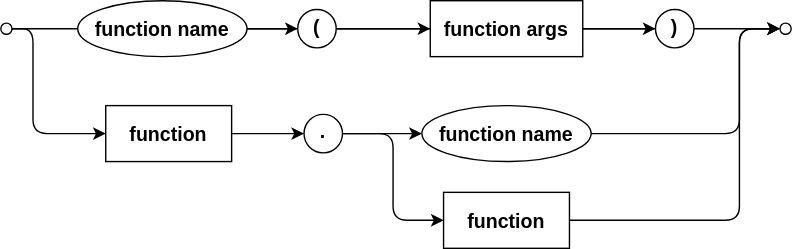
capire/docs keeps this draw.io diagram as assets/cxl/function-def.drawio.svg. Above is the earlier version. Source tidied: cells renumbered, new cells last; positions are measured from the earlier drawing's top-left corner, leaving out a move shared by most shapes.
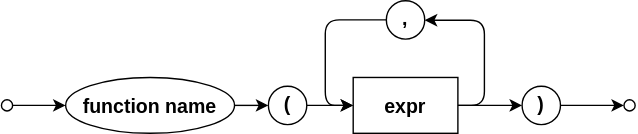
After the change.

Change to the diagram source:
```diff
@@ -3,82 +3,52 @@
     <mxCell id="0" />
     <mxCell id="1" parent="0" />
     <mxCell id="2" style="ellipse;strokeWidth=1;fontSize=14;verticalAlign=middle;fontStyle=1;textDirection=ltr;" parent="1" vertex="1">
-      <mxGeometry y="16" width="8" height="8" as="geometry" />
+      <mxGeometry x="-1730" y="1583" width="8" height="8" as="geometry" />
     </mxCell>
-    <mxCell id="3" style="edgeStyle=elbowEdgeStyle;labelBackgroundColor=none;rounded=1;elbow=horizontal;endArrow=classic;endFill=1;align=center;exitX=1;exitY=0.5;exitDx=0;exitDy=0;strokeWidth=1;fontSize=14;verticalAlign=middle;fontStyle=1;textDirection=ltr;entryX=0;entryY=0.5;entryDx=0;entryDy=0;" parent="1" edge="1" source="2" target="13">
-      <mxGeometry relative="1" as="geometry">
-        <Array as="points">
-          <mxPoint x="23" y="60" />
-        </Array>
-      </mxGeometry>
-    </mxCell>
-    <mxCell id="4" style="edgeStyle=none;exitX=1;exitY=0.5;exitDx=0;exitDy=0;entryX=0;entryY=0.5;entryDx=0;entryDy=0;strokeWidth=1;fontSize=14;verticalAlign=middle;fontStyle=1;textDirection=ltr;" parent="1" edge="1" source="2" target="5">
-      <mxGeometry relative="1" as="geometry">
-        <Array as="points">
-          <mxPoint x="257" y="20" />
-        </Array>
-      </mxGeometry>
-    </mxCell>
     <mxCell id="5" style="ellipse;strokeWidth=1;fontSize=14;verticalAlign=middle;fontStyle=1;textDirection=ltr;" parent="1" vertex="1">
-      <mxGeometry x="557" y="16" width="8" height="8" as="geometry" />
+      <mxGeometry x="-1284" y="1583" width="8" height="8" as="geometry" />
     </mxCell>
     <mxCell id="6" style="edgeStyle=entityRelationEdgeStyle;startArrow=none;endArrow=classic;segment=10;curved=1;sourcePerimeterSpacing=0;targetPerimeterSpacing=0;endFill=1;textDirection=ltr;verticalAlign=middle;spacing=2;strokeWidth=1;fontSize=14;fontStyle=1;horizontal=1;labelBorderColor=none;textShadow=0;" parent="1" edge="1" source="7" target="9">
       <mxGeometry relative="1" as="geometry" />
     </mxCell>
     <mxCell id="7" value="function name" style="ellipse;align=center;newEdgeStyle={&quot;edgeStyle&quot;:&quot;entityRelationEdgeStyle&quot;,&quot;startArrow&quot;:&quot;none&quot;,&quot;endArrow&quot;:&quot;none&quot;,&quot;segment&quot;:10,&quot;curved&quot;:1,&quot;sourcePerimeterSpacing&quot;:0,&quot;targetPerimeterSpacing&quot;:0};textDirection=ltr;verticalAlign=middle;spacing=0;strokeWidth=1;fontSize=14;fontStyle=1;horizontal=1;labelBorderColor=none;textShadow=0;" parent="1" vertex="1">
-      <mxGeometry x="55" width="121" height="40" as="geometry" />
+      <mxGeometry x="-1684" y="1567" width="121" height="40" as="geometry" />
     </mxCell>
-    <mxCell id="8" style="edgeStyle=none;textDirection=ltr;verticalAlign=middle;spacing=2;strokeWidth=1;fontSize=14;fontStyle=1;horizontal=1;labelBorderColor=none;textShadow=0;" parent="1" edge="1" source="9" target="11">
+    <mxCell id="8" style="edgeStyle=none;textDirection=ltr;verticalAlign=middle;spacing=2;strokeWidth=1;fontSize=14;fontStyle=1;horizontal=1;labelBorderColor=none;textShadow=0;entryX=0;entryY=0.5;entryDx=0;entryDy=0;" parent="1" edge="1" source="9" target="23">
       <mxGeometry relative="1" as="geometry" />
     </mxCell>
     <mxCell id="9" value="(" style="ellipse;verticalAlign=top;spacingBottom=4;spacing=0;strokeWidth=1;fontSize=14;fontStyle=1;horizontal=1;labelBorderColor=none;textShadow=0;align=center;" parent="1" vertex="1">
-      <mxGeometry x="212.2" y="6.2" width="27.5" height="27.5" as="geometry" />
+      <mxGeometry x="-1538.8" y="1573.2" width="27.5" height="27.5" as="geometry" />
     </mxCell>
-    <mxCell id="10" style="edgeStyle=none;entryX=0;entryY=0.5;entryDx=0;entryDy=0;textDirection=ltr;verticalAlign=middle;spacing=2;strokeWidth=1;fontSize=14;fontStyle=1;horizontal=1;labelBorderColor=none;textShadow=0;" parent="1" edge="1" source="11" target="12">
+    <mxCell id="10" style="edgeStyle=none;entryX=0;entryY=0.5;entryDx=0;entryDy=0;textDirection=ltr;verticalAlign=middle;spacing=2;strokeWidth=1;fontSize=14;fontStyle=1;horizontal=1;labelBorderColor=none;textShadow=0;exitX=1;exitY=0.5;exitDx=0;exitDy=0;" parent="1" edge="1" source="23" target="12">
       <mxGeometry relative="1" as="geometry" />
     </mxCell>
-    <mxCell id="11" value="function args" style="rounded=0;strokeWidth=1;arcSize=37;textDirection=ltr;verticalAlign=middle;spacing=2;fontSize=14;fontStyle=1;horizontal=1;labelBorderColor=none;textShadow=0;perimeterSpacing=0;fillStyle=auto;" parent="1" vertex="1">
-      <mxGeometry x="307" width="109" height="40" as="geometry" />
-    </mxCell>
+    <mxCell id="22" style="edgeStyle=none;html=1;" parent="1" edge="1" source="12" target="5">
+      <mxGeometry relative="1" as="geometry" />
+    </mxCell>
     <mxCell id="12" value=")" style="ellipse;verticalAlign=top;spacingBottom=4;textDirection=ltr;spacing=0;strokeWidth=1;fontSize=14;fontStyle=1;horizontal=1;labelBorderColor=none;textShadow=0;" parent="1" vertex="1">
-      <mxGeometry x="468" y="6.2" width="27.5" height="27.5" as="geometry" />
+      <mxGeometry x="-1357" y="1573.2" width="27.5" height="27.5" as="geometry" />
     </mxCell>
-    <mxCell id="13" value="function" style="rounded=0;strokeWidth=1;arcSize=37;textDirection=ltr;verticalAlign=middle;spacing=2;fontSize=14;fontStyle=1;horizontal=1;labelBorderColor=none;textShadow=0;perimeterSpacing=0;fillStyle=auto;" parent="1" vertex="1">
-      <mxGeometry x="75" y="75" width="90" height="40" as="geometry" />
-    </mxCell>
-    <mxCell id="14" value="." style="ellipse;verticalAlign=middle;spacingBottom=4;textDirection=ltr;spacing=0;strokeWidth=1;fontSize=14;fontStyle=1;horizontal=1;labelBorderColor=none;textShadow=0;" parent="1" vertex="1">
-      <mxGeometry x="216.8" y="81.2" width="27.5" height="27.5" as="geometry" />
-    </mxCell>
-    <mxCell id="15" style="edgeStyle=orthogonalEdgeStyle;rounded=1;jettySize=auto;exitX=1;exitY=0.5;exitDx=0;exitDy=0;startArrow=none;startFill=0;endArrow=classic;endFill=1;startSize=6;endSize=6;align=center;textDirection=ltr;verticalAlign=middle;spacing=2;strokeWidth=1;fontSize=14;fontStyle=1;horizontal=1;labelBorderColor=none;textShadow=0;entryX=0;entryY=0.5;entryDx=0;entryDy=0;" parent="1" edge="1" source="14" target="20">
-      <mxGeometry relative="1" as="geometry" />
-    </mxCell>
-    <mxCell id="16" value="function" style="rounded=0;strokeWidth=1;arcSize=37;textDirection=ltr;verticalAlign=middle;spacing=2;fontSize=14;fontStyle=1;horizontal=1;labelBorderColor=none;textShadow=0;perimeterSpacing=0;fillStyle=auto;" parent="1" vertex="1">
-      <mxGeometry x="316.5" y="137" width="90" height="40" as="geometry" />
-    </mxCell>
-    <mxCell id="17" style="edgeStyle=orthogonalEdgeStyle;rounded=1;jettySize=auto;exitX=1;exitY=0.5;exitDx=0;exitDy=0;startArrow=none;startFill=0;endArrow=classic;endFill=1;startSize=6;endSize=6;align=center;textDirection=ltr;verticalAlign=middle;spacing=2;strokeWidth=1;fontSize=14;fontStyle=1;horizontal=1;labelBorderColor=none;textShadow=0;entryX=0;entryY=0.5;entryDx=0;entryDy=0;" parent="1" edge="1" source="16" target="5">
-      <mxGeometry relative="1" as="geometry">
-        <Array as="points">
-          <mxPoint x="528" y="157" />
-          <mxPoint x="528" y="20" />
-        </Array>
-      </mxGeometry>
-    </mxCell>
-    <mxCell id="18" style="edgeStyle=orthogonalEdgeStyle;rounded=1;jettySize=auto;exitX=1;exitY=0.5;exitDx=0;exitDy=0;startArrow=none;startFill=0;endArrow=classic;endFill=1;startSize=6;endSize=6;align=center;textDirection=ltr;verticalAlign=middle;spacing=2;strokeWidth=1;fontSize=14;fontStyle=1;horizontal=1;labelBorderColor=none;textShadow=0;entryX=0;entryY=0.5;entryDx=0;entryDy=0;" parent="1" edge="1" source="14" target="16">
-      <mxGeometry relative="1" as="geometry" />
-    </mxCell>
-    <mxCell id="19" style="edgeStyle=none;textDirection=ltr;verticalAlign=middle;spacing=2;strokeWidth=1;fontSize=14;fontStyle=1;horizontal=1;labelBorderColor=none;textShadow=0;exitX=1;exitY=0.5;exitDx=0;exitDy=0;entryX=0;entryY=0.5;entryDx=0;entryDy=0;" parent="1" edge="1" source="13" target="14">
-      <mxGeometry relative="1" as="geometry" />
-    </mxCell>
-    <mxCell id="20" value="function name" style="ellipse;align=center;newEdgeStyle={&quot;edgeStyle&quot;:&quot;entityRelationEdgeStyle&quot;,&quot;startArrow&quot;:&quot;none&quot;,&quot;endArrow&quot;:&quot;none&quot;,&quot;segment&quot;:10,&quot;curved&quot;:1,&quot;sourcePerimeterSpacing&quot;:0,&quot;targetPerimeterSpacing&quot;:0};textDirection=ltr;verticalAlign=middle;spacing=0;strokeWidth=1;fontSize=14;fontStyle=1;horizontal=1;labelBorderColor=none;textShadow=0;" parent="1" vertex="1">
-      <mxGeometry x="301" y="75" width="121" height="40" as="geometry" />
-    </mxCell>
-    <mxCell id="21" style="edgeStyle=orthogonalEdgeStyle;rounded=1;jettySize=auto;exitX=1;exitY=0.5;exitDx=0;exitDy=0;entryX=0;entryY=0.5;entryDx=0;entryDy=0;startArrow=none;startFill=0;endArrow=classic;endFill=1;startSize=6;endSize=6;align=center;fontSize=12;labelBackgroundColor=none;" parent="1" edge="1" source="20" target="5">
-      <mxGeometry relative="1" as="geometry">
-        <Array as="points">
-          <mxPoint x="528" y="95" />
-          <mxPoint x="528" y="20" />
-        </Array>
-      </mxGeometry>
-    </mxCell>
+    <mxCell id="23" value="expr" style="rounded=0;strokeWidth=1;arcSize=37;textDirection=ltr;verticalAlign=middle;spacing=2;fontSize=14;fontStyle=1;horizontal=1;labelBorderColor=none;textShadow=0;" parent="1" vertex="1">
+      <mxGeometry x="-1478" y="1567" width="75" height="40" as="geometry" />
+    </mxCell>
+    <mxCell id="24" value="," style="ellipse;verticalAlign=middle;spacingBottom=4;textDirection=ltr;spacing=0;strokeWidth=1;fontSize=14;fontStyle=1;horizontal=1;labelBorderColor=none;textShadow=0;" parent="1" vertex="1">
+      <mxGeometry x="-1454.2" y="1512" width="27.5" height="27.5" as="geometry" />
+    </mxCell>
+    <mxCell id="25" style="edgeStyle=orthogonalEdgeStyle;rounded=1;jettySize=auto;html=1;exitX=1;exitY=0.5;exitDx=0;exitDy=0;entryX=1;entryY=0.5;entryDx=0;entryDy=0;startArrow=none;startFill=0;endArrow=classic;endFill=1;startSize=6;endSize=6;align=center;fontSize=12;labelBackgroundColor=none;" parent="1" edge="1" source="23" target="24">
+      <mxGeometry relative="1" as="geometry">
+        <Array as="points">
+          <mxPoint x="-1384" y="1587" />
+          <mxPoint x="-1384" y="1526" />
+          <mxPoint x="-1427" y="1526" />
+        </Array>
+      </mxGeometry>
+    </mxCell>
+    <mxCell id="26" style="edgeStyle=orthogonalEdgeStyle;rounded=1;jettySize=auto;html=1;exitX=0;exitY=0.5;exitDx=0;exitDy=0;entryX=0;entryY=0.5;entryDx=0;entryDy=0;startArrow=none;startFill=0;endArrow=classic;endFill=1;startSize=6;endSize=6;align=center;fontSize=12;labelBackgroundColor=none;" parent="1" edge="1" source="24" target="23">
+      <mxGeometry relative="1" as="geometry" />
+    </mxCell>
+    <mxCell id="27" style="edgeStyle=orthogonalEdgeStyle;rounded=1;jettySize=auto;html=1;exitX=1;exitY=0.5;exitDx=0;exitDy=0;entryX=0;entryY=0.5;entryDx=0;entryDy=0;startArrow=none;startFill=0;endArrow=classic;endFill=1;startSize=6;endSize=6;align=center;fontSize=12;labelBackgroundColor=none;" parent="1" edge="1" source="2" target="7">
+      <mxGeometry relative="1" as="geometry" />
+    </mxCell>
   </root>
 </mxGraphModel>
```
